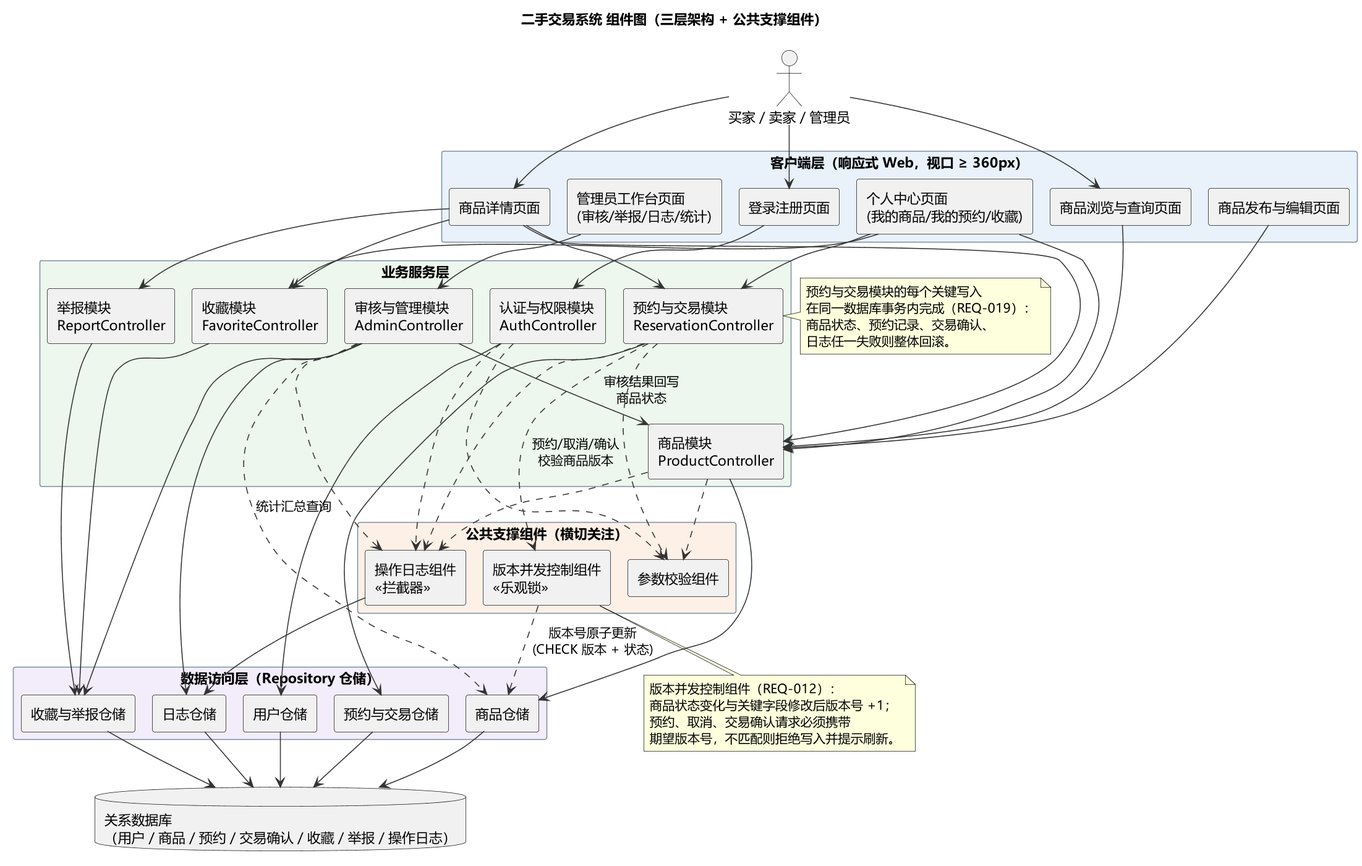
This is lab2/实验2_251220154_王鸣骏/UML/UML组件图.png from HarryPotter-jun/second-hand-trading-system-lab1-rebuild, a PlantUML export, as it was before one commit.
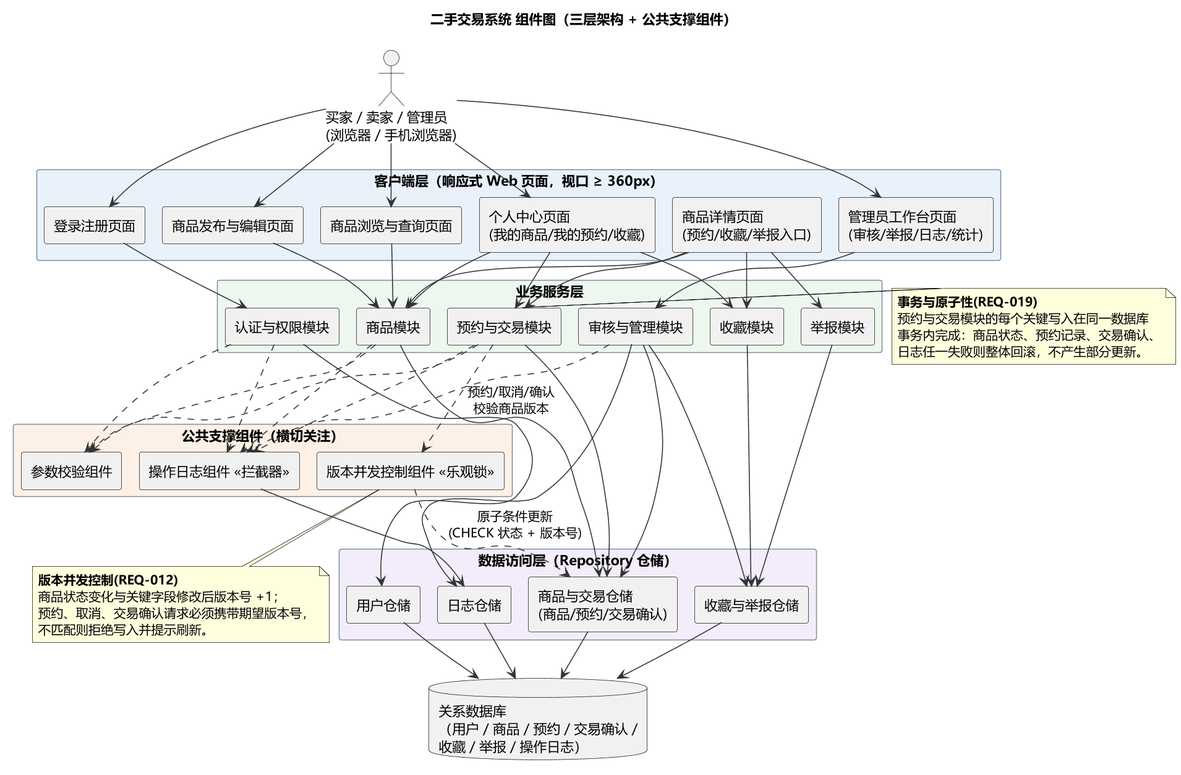
After the change.

Commit message:
lab2 第三次人工修改：重排组件图，精简数据访问层与页面连线

Change to the diagram source:
```diff
@@ -12,45 +12,46 @@
 
 title 二手交易系统 组件图（三层架构 + 公共支撑组件）
 
-actor "买家 / 卖家 / 管理员" as 用户
+actor "买家 / 卖家 / 管理员\n(浏览器 / 手机浏览器)" as 用户
 
-package "客户端层（响应式 Web，视口 ≥ 360px）" #E9F2FB {
+package "客户端层（响应式 Web 页面，视口 ≥ 360px）" #E9F2FB {
   [登录注册页面] as P1
   [商品浏览与查询页面] as P2
-  [商品详情页面] as P3
+  [商品详情页面\n(预约/收藏/举报入口)] as P3
   [商品发布与编辑页面] as P4
   [个人中心页面\n(我的商品/我的预约/收藏)] as P5
   [管理员工作台页面\n(审核/举报/日志/统计)] as P6
 }
 
 package "业务服务层" #EDF7ED {
-  [认证与权限模块\nAuthController] as M1
-  [商品模块\nProductController] as M2
-  [预约与交易模块\nReservationController] as M3
-  [收藏模块\nFavoriteController] as M4
-  [举报模块\nReportController] as M5
-  [审核与管理模块\nAdminController] as M6
+  [认证与权限模块] as M1
+  [商品模块] as M2
+  [预约与交易模块] as M3
+  [收藏模块] as M4
+  [举报模块] as M5
+  [审核与管理模块] as M6
 }
 
 package "公共支撑组件（横切关注）" #FDF0E7 {
-  [操作日志组件\n«拦截器»] as S1
-  [版本并发控制组件\n«乐观锁»] as S2
+  [操作日志组件 «拦截器»] as S1
+  [版本并发控制组件 «乐观锁»] as S2
   [参数校验组件] as S3
 }
 
 package "数据访问层（Repository 仓储）" #F3EDFB {
   [用户仓储] as D1
-  [商品仓储] as D2
-  [预约与交易仓储] as D3
-  [收藏与举报仓储] as D4
-  [日志仓储] as D5
+  [商品与交易仓储\n(商品/预约/交易确认)] as D2
+  [收藏与举报仓储] as D3
+  [日志仓储] as D4
 }
 
-database "关系数据库\n（用户 / 商品 / 预约 / 交易确认 / 收藏 / 举报 / 操作日志）" as DB
+database "关系数据库\n（用户 / 商品 / 预约 / 交易确认 /\n收藏 / 举报 / 操作日志）" as DB
 
+用户 --> P1
 用户 --> P2
-用户 --> P3
-用户 --> P1
+用户 --> P4
+用户 --> P5
+用户 --> P6
 
 P1 --> M1
 P2 --> M2
@@ -66,44 +67,42 @@
 
 M1 --> D1
 M2 --> D2
-M3 --> D3
+M3 --> D2
+M4 --> D3
+M5 --> D3
+M6 --> D2
+M6 --> D3
+M6 --> D4
+
 M3 ..> S2 : 预约/取消/确认\n校验商品版本
-M4 --> D4
-M5 --> D4
-M6 --> M2 : 审核结果回写\n商品状态
-M6 --> D4
-M6 --> D5
-M6 ..> D2 : 统计汇总查询
+S2 ..> D2 : 原子条件更新\n(CHECK 状态 + 版本号)
 
 M1 ..> S1
 M2 ..> S1
 M3 ..> S1
 M6 ..> S1
+S1 --> D4
 
 M1 ..> S3
 M2 ..> S3
 M3 ..> S3
 
-S1 --> D5
-S2 ..> D2 : 版本号原子更新\n(CHECK 版本 + 状态)
-
 D1 --> DB
 D2 --> DB
 D3 --> DB
 D4 --> DB
-D5 --> DB
 
 note bottom of S2
-  版本并发控制组件（REQ-012）：
+  <b>版本并发控制(REQ-012)</b>
   商品状态变化与关键字段修改后版本号 +1；
-  预约、取消、交易确认请求必须携带
-  期望版本号，不匹配则拒绝写入并提示刷新。
+  预约、取消、交易确认请求必须携带期望版本号，
+  不匹配则拒绝写入并提示刷新。
 end note
 
 note right of M3
-  预约与交易模块的每个关键写入
-  在同一数据库事务内完成（REQ-019）：
-  商品状态、预约记录、交易确认、
-  日志任一失败则整体回滚。
+  <b>事务与原子性(REQ-019)</b>
+  预约与交易模块的每个关键写入在同一数据库
+  事务内完成：商品状态、预约记录、交易确认、
+  日志任一失败则整体回滚，不产生部分更新。
 end note
 @enduml
```
